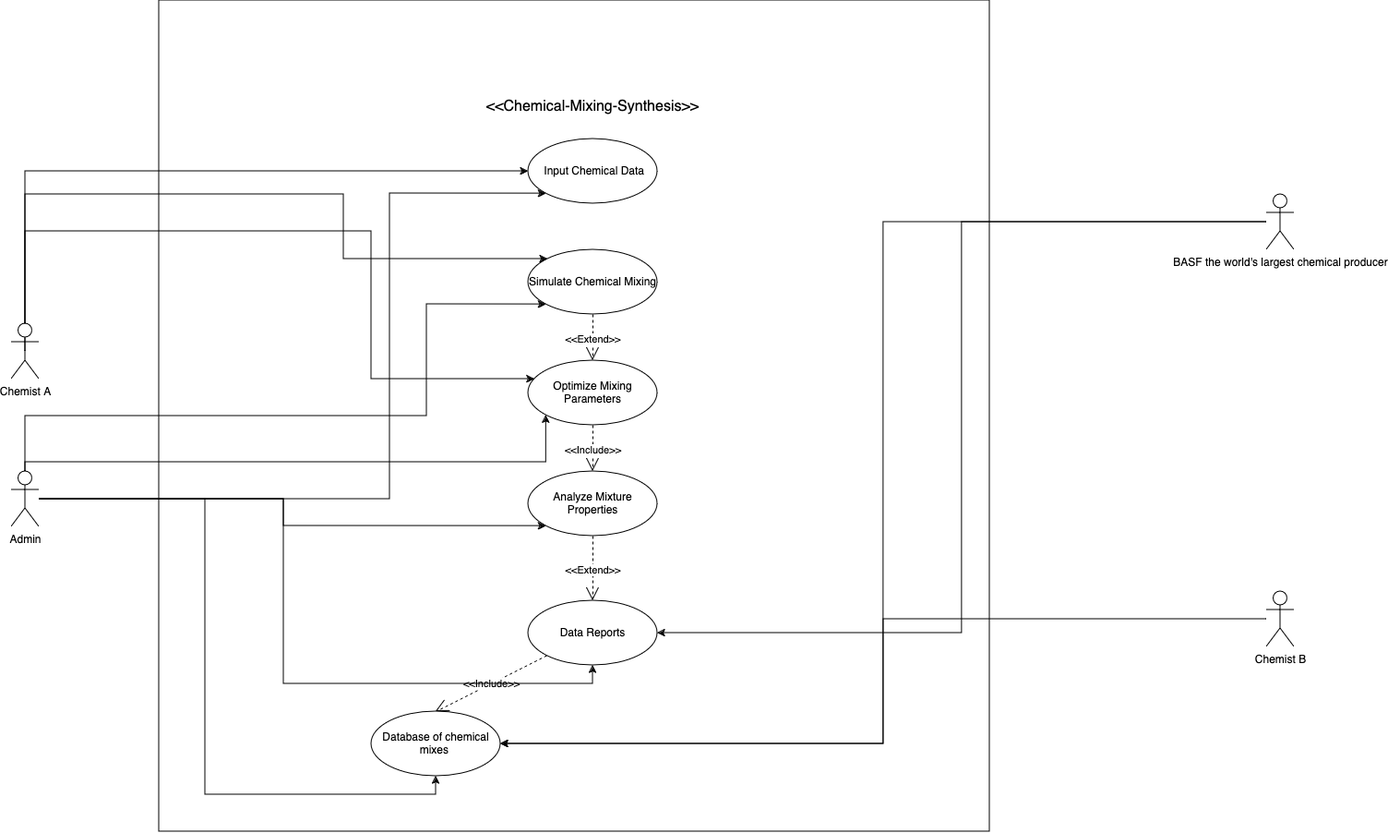
This is use-case.png from a-l-a-z-a-r/Chemical-Mixing-Data-Synthesis, a draw.io export, as it was before one commit. Source tidied: cells renumbered, new cells last; positions are measured from the earlier drawing's top-left corner, leaving out a move shared by most shapes.
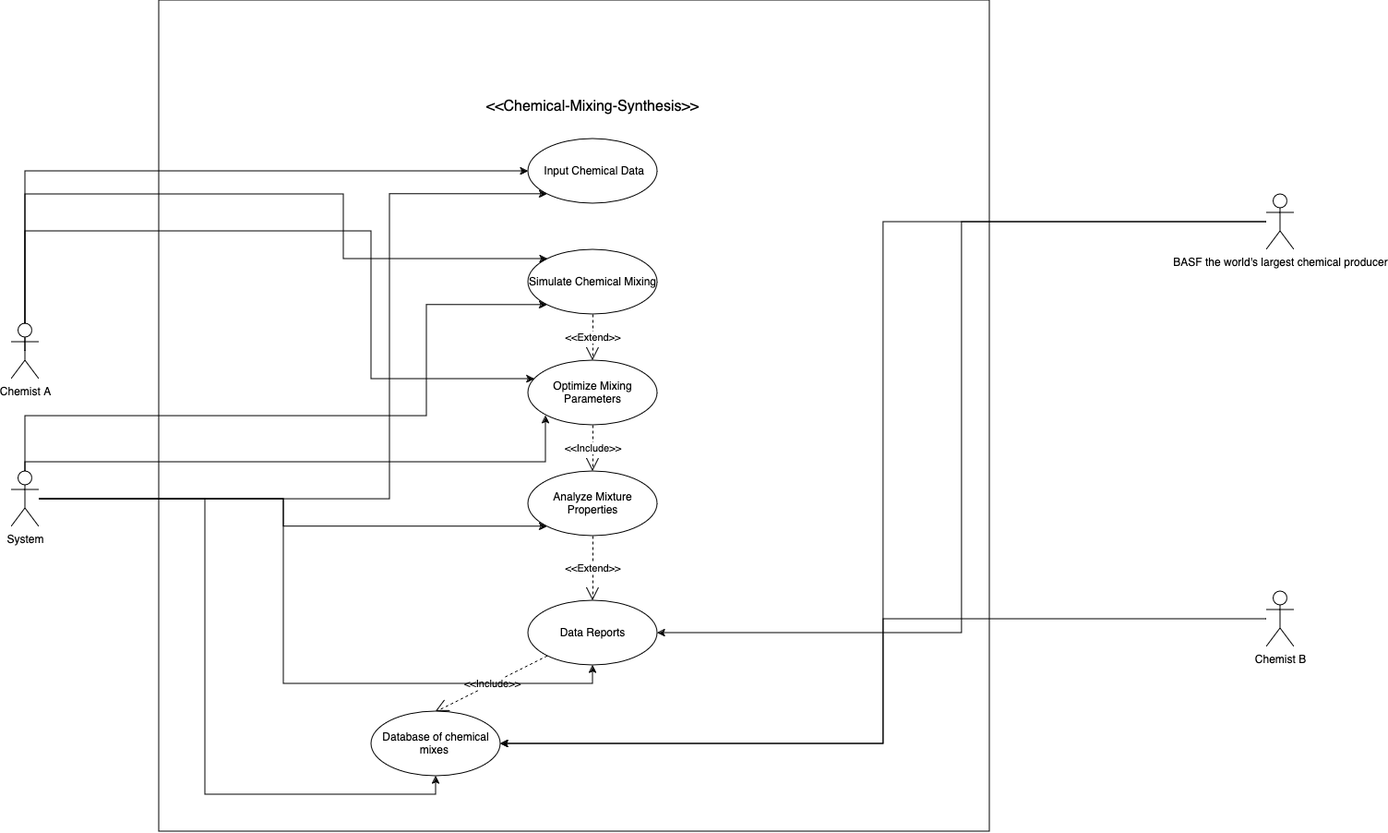
After the change.

Change to the diagram source:
```diff
@@ -115,7 +115,7 @@
     <mxCell id="28" style="edgeStyle=orthogonalEdgeStyle;rounded=0;jettySize=auto;html=1;entryX=0.5;entryY=1;entryDx=0;entryDy=0;" parent="1" edge="1" source="29" target="19">
       <mxGeometry relative="1" as="geometry" />
     </mxCell>
-    <mxCell id="29" value="&lt;div&gt;Admin&lt;/div&gt;&lt;div&gt;&lt;br&gt;&lt;/div&gt;" style="shape=umlActor;verticalLabelPosition=bottom;verticalAlign=top;html=1;outlineConnect=0;" parent="1" vertex="1">
+    <mxCell id="29" value="System" style="shape=umlActor;verticalLabelPosition=bottom;verticalAlign=top;html=1;outlineConnect=0;" parent="1" vertex="1">
       <mxGeometry y="510" width="30" height="60" as="geometry" />
     </mxCell>
   </root>
```
